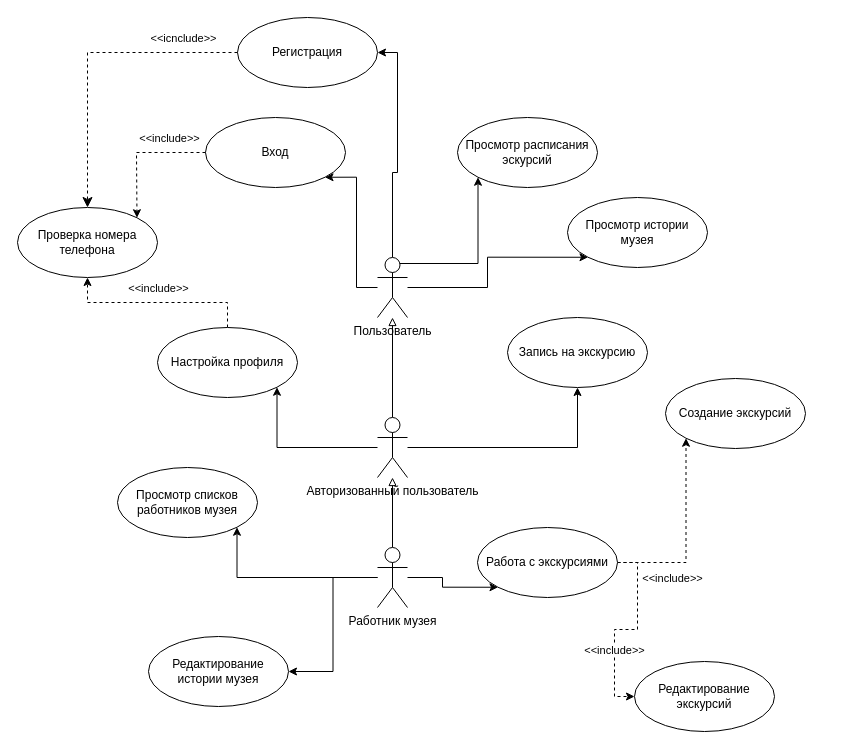
Earlier version of the draw.io diagram UML-Схема.drawio (shtorm901/Museum-Data_Base). Source tidied: cells renumbered, new cells numbered last; positions are measured from the earlier drawing's top-left corner, leaving out a move shared by most shapes. Both pictures are drawn from the tidied source at 100%, with x=0, y=0 at pixel (17, 17).
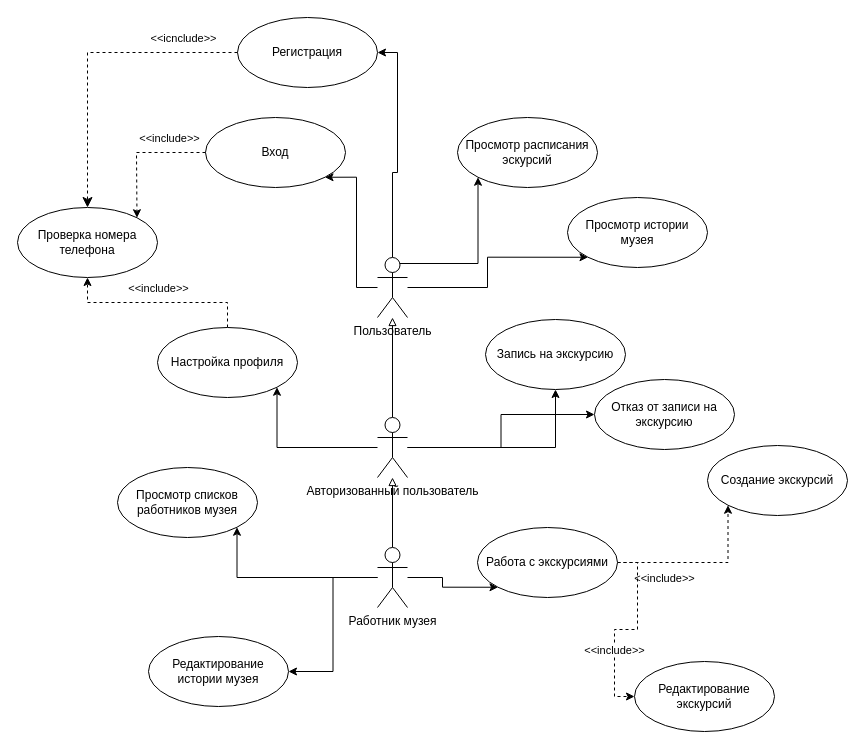
The same page after the edit.

Unchanged cells that the change refers to:
```xml
<mxCell id="21" value="Авторизованный пользователь" style="shape=umlActor;verticalLabelPosition=bottom;verticalAlign=top;html=1;" parent="1" vertex="1">
  <mxGeometry x="360" y="400" width="30" height="60" as="geometry" />
</mxCell>
```

What changed in the source:
```diff
@@
+    <mxCell id="38" style="edgeStyle=orthogonalEdgeStyle;rounded=0;jettySize=auto;html=1;entryX=0;entryY=0.5;entryDx=0;entryDy=0;" parent="1" edge="1" source="21" target="39">
+      <mxGeometry relative="1" as="geometry" />
+    </mxCell>
@@
     <mxCell id="22" value="Запись на экскурсию" style="ellipse;whiteSpace=wrap;html=1;" parent="1" vertex="1">
-      <mxGeometry x="490" y="300" width="140" height="70" as="geometry" />
+      <mxGeometry x="468" y="302" width="140" height="70" as="geometry" />
     </mxCell>
@@
     <mxCell id="35" value="Создание экскурсий" style="ellipse;whiteSpace=wrap;html=1;" parent="1" vertex="1">
-      <mxGeometry x="648" y="361" width="140" height="70" as="geometry" />
+      <mxGeometry x="690" y="428" width="140" height="70" as="geometry" />
     </mxCell>
@@
+    <mxCell id="39" value="Отказ от записи на экскурсию" style="ellipse;whiteSpace=wrap;html=1;" parent="1" vertex="1">
+      <mxGeometry x="577" y="362" width="140" height="70" as="geometry" />
+    </mxCell>
```
